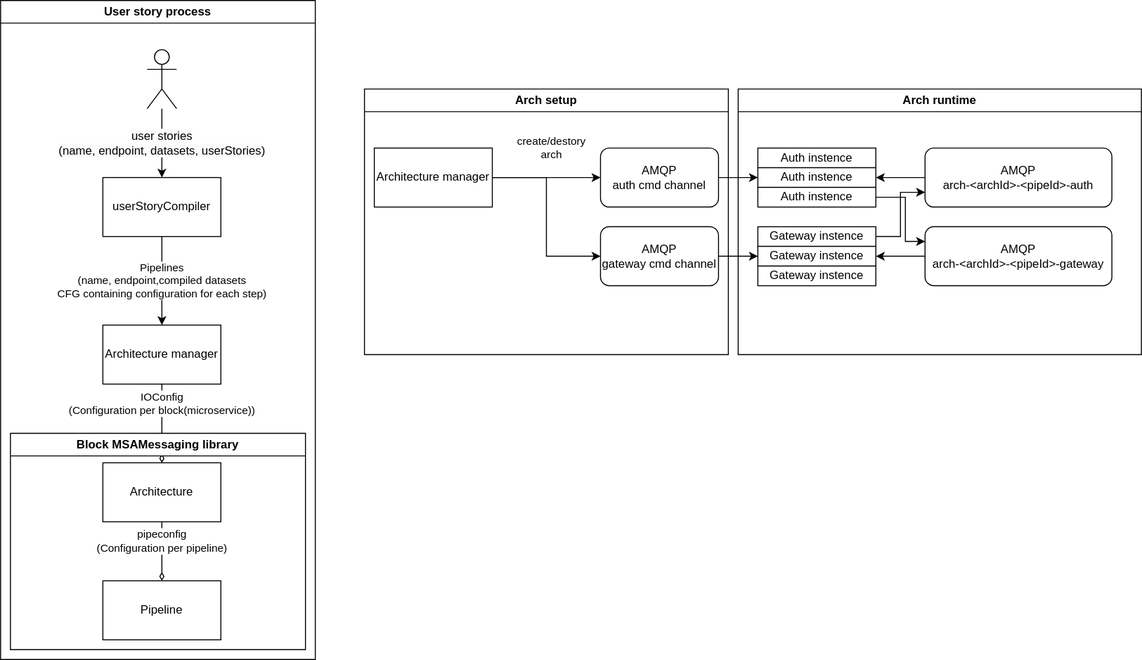
Before: architecture.drawio.svg, a diagram exported from draw.io (quinten1333/master-thesis). Source tidied: cells renumbered, new cells last; positions are measured from the earlier drawing's top-left corner, leaving out a move shared by most shapes. Source of this version:
```xml
<mxGraphModel>
  <root>
    <mxCell id="0" />
    <mxCell id="1" parent="0" />
    <mxCell id="2" value="User story process" style="swimlane;whiteSpace=wrap;html=1;" parent="1" vertex="1">
      <mxGeometry width="320" height="670" as="geometry" />
    </mxCell>
    <mxCell id="3" value="Architecture manager" style="rounded=0;whiteSpace=wrap;html=1;" parent="2" vertex="1">
      <mxGeometry x="104" y="330" width="120" height="60" as="geometry" />
    </mxCell>
    <mxCell id="4" value="Pipelines&lt;br&gt;(name, endpoint,compiled datasets&lt;br&gt;CFG containing configuration for each step)" style="edgeStyle=orthogonalEdgeStyle;rounded=0;jettySize=auto;html=1;exitX=0.5;exitY=1;exitDx=0;exitDy=0;" parent="2" edge="1" source="5" target="3">
      <mxGeometry relative="1" as="geometry" />
    </mxCell>
    <mxCell id="5" value="userStoryCompiler" style="rounded=0;whiteSpace=wrap;html=1;" parent="2" vertex="1">
      <mxGeometry x="104" y="180" width="120" height="60" as="geometry" />
    </mxCell>
    <mxCell id="6" value="Architecture" style="rounded=0;whiteSpace=wrap;html=1;" parent="2" vertex="1">
      <mxGeometry x="104" y="470" width="120" height="60" as="geometry" />
    </mxCell>
    <mxCell id="7" value="IOConfig&lt;br&gt;(Configuration per block(microservice))" style="edgeStyle=orthogonalEdgeStyle;rounded=0;jettySize=auto;html=1;exitX=0.5;exitY=1;exitDx=0;exitDy=0;endArrow=diamondThin;endFill=0;" parent="2" edge="1" source="3" target="6">
      <mxGeometry x="-0.5" relative="1" as="geometry" />
    </mxCell>
    <mxCell id="8" value="Pipeline" style="rounded=0;whiteSpace=wrap;html=1;" parent="2" vertex="1">
      <mxGeometry x="104" y="590" width="120" height="60" as="geometry" />
    </mxCell>
    <mxCell id="9" value="pipeconfig&lt;br&gt;(Configuration per pipeline)" style="edgeStyle=orthogonalEdgeStyle;rounded=0;jettySize=auto;html=1;exitX=0.5;exitY=1;exitDx=0;exitDy=0;endArrow=diamondThin;endFill=0;" parent="2" edge="1" source="6" target="8">
      <mxGeometry x="-0.33" relative="1" as="geometry" />
    </mxCell>
    <mxCell id="10" value="&lt;span style=&quot;color: rgb(0, 0, 0); font-family: Helvetica; font-size: 12px; font-style: normal; font-variant-ligatures: normal; font-variant-caps: normal; font-weight: 400; letter-spacing: normal; orphans: 2; text-align: center; text-indent: 0px; text-transform: none; widows: 2; word-spacing: 0px; -webkit-text-stroke-width: 0px; background-color: rgb(251, 251, 251); text-decoration-thickness: initial; text-decoration-style: initial; text-decoration-color: initial; float: none; display: inline !important;&quot;&gt;user stories&lt;br&gt;(name, endpoint, datasets, userStories)&lt;br&gt;&lt;/span&gt;" style="edgeStyle=orthogonalEdgeStyle;rounded=0;jettySize=auto;html=1;" parent="2" edge="1" source="11" target="5">
      <mxGeometry relative="1" as="geometry" />
    </mxCell>
    <mxCell id="11" style="shape=umlActor;verticalLabelPosition=bottom;verticalAlign=top;html=1;outlineConnect=0;" parent="2" vertex="1">
      <mxGeometry x="149" y="50" width="30" height="60" as="geometry" />
    </mxCell>
    <mxCell id="12" value="Block MSAMessaging library" style="swimlane;whiteSpace=wrap;html=1;" parent="2" vertex="1">
      <mxGeometry x="10" y="440" width="300" height="220" as="geometry" />
    </mxCell>
    <mxCell id="13" style="edgeStyle=orthogonalEdgeStyle;rounded=0;jettySize=auto;html=1;exitX=1;exitY=0.5;exitDx=0;exitDy=0;entryX=0;entryY=0.5;entryDx=0;entryDy=0;" parent="1" edge="1" source="17" target="23">
      <mxGeometry relative="1" as="geometry" />
    </mxCell>
    <mxCell id="14" style="edgeStyle=orthogonalEdgeStyle;rounded=0;jettySize=auto;html=1;exitX=1;exitY=0.5;exitDx=0;exitDy=0;entryX=0;entryY=0.5;entryDx=0;entryDy=0;" parent="1" edge="1" source="19" target="26">
      <mxGeometry relative="1" as="geometry" />
    </mxCell>
    <mxCell id="15" value="Arch setup" style="swimlane;whiteSpace=wrap;html=1;" parent="1" vertex="1">
      <mxGeometry x="370" y="90" width="370" height="270" as="geometry" />
    </mxCell>
    <mxCell id="16" value="Architecture manager" style="rounded=0;whiteSpace=wrap;html=1;" parent="15" vertex="1">
      <mxGeometry x="10" y="60" width="120" height="60" as="geometry" />
    </mxCell>
    <mxCell id="17" value="AMQP&lt;br&gt;auth cmd channel" style="rounded=1;whiteSpace=wrap;html=1;" parent="15" vertex="1">
      <mxGeometry x="240" y="60" width="120" height="60" as="geometry" />
    </mxCell>
    <mxCell id="18" value="create/destory&lt;br&gt;arch" style="edgeStyle=orthogonalEdgeStyle;rounded=0;jettySize=auto;html=1;exitX=1;exitY=0.5;exitDx=0;exitDy=0;" parent="15" edge="1" source="16" target="17">
      <mxGeometry x="0.09" y="30" relative="1" as="geometry" />
    </mxCell>
    <mxCell id="19" value="AMQP&lt;br&gt;gateway cmd channel" style="rounded=1;whiteSpace=wrap;html=1;" parent="15" vertex="1">
      <mxGeometry x="240" y="140" width="120" height="60" as="geometry" />
    </mxCell>
    <mxCell id="20" style="edgeStyle=orthogonalEdgeStyle;rounded=0;jettySize=auto;html=1;exitX=1;exitY=0.5;exitDx=0;exitDy=0;entryX=0;entryY=0.5;entryDx=0;entryDy=0;" parent="15" edge="1" source="16" target="19">
      <mxGeometry relative="1" as="geometry" />
    </mxCell>
    <mxCell id="21" value="Arch runtime" style="swimlane;whiteSpace=wrap;html=1;" parent="1" vertex="1">
      <mxGeometry x="750" y="90" width="410" height="270" as="geometry" />
    </mxCell>
    <mxCell id="22" value="Auth instence" style="rounded=0;whiteSpace=wrap;html=1;" parent="21" vertex="1">
      <mxGeometry x="20" y="60" width="120" height="20" as="geometry" />
    </mxCell>
    <mxCell id="23" value="Auth instence" style="rounded=0;whiteSpace=wrap;html=1;" parent="21" vertex="1">
      <mxGeometry x="20" y="80" width="120" height="20" as="geometry" />
    </mxCell>
    <mxCell id="24" value="Auth instence" style="rounded=0;whiteSpace=wrap;html=1;" parent="21" vertex="1">
      <mxGeometry x="20" y="100" width="120" height="20" as="geometry" />
    </mxCell>
    <mxCell id="25" value="Gateway instence" style="rounded=0;whiteSpace=wrap;html=1;" parent="21" vertex="1">
      <mxGeometry x="20" y="140" width="120" height="20" as="geometry" />
    </mxCell>
    <mxCell id="26" value="Gateway&amp;nbsp;instence" style="rounded=0;whiteSpace=wrap;html=1;" parent="21" vertex="1">
      <mxGeometry x="20" y="160" width="120" height="20" as="geometry" />
    </mxCell>
    <mxCell id="27" value="Gateway&amp;nbsp;instence" style="rounded=0;whiteSpace=wrap;html=1;" parent="21" vertex="1">
      <mxGeometry x="20" y="180" width="120" height="20" as="geometry" />
    </mxCell>
    <mxCell id="28" style="edgeStyle=orthogonalEdgeStyle;rounded=0;jettySize=auto;html=1;exitX=0;exitY=0.5;exitDx=0;exitDy=0;" parent="21" edge="1" source="29" target="26">
      <mxGeometry relative="1" as="geometry" />
    </mxCell>
    <mxCell id="29" value="AMQP&lt;br&gt;arch-&amp;lt;archId&amp;gt;-&amp;lt;pipeId&amp;gt;-gateway" style="rounded=1;whiteSpace=wrap;html=1;" parent="21" vertex="1">
      <mxGeometry x="190" y="140" width="190" height="60" as="geometry" />
    </mxCell>
    <mxCell id="30" style="edgeStyle=orthogonalEdgeStyle;rounded=0;jettySize=auto;html=1;exitX=1;exitY=0.5;exitDx=0;exitDy=0;entryX=0;entryY=0.25;entryDx=0;entryDy=0;" parent="21" edge="1" source="24" target="29">
      <mxGeometry relative="1" as="geometry">
        <Array as="points">
          <mxPoint x="170" y="110" />
          <mxPoint x="170" y="155" />
        </Array>
      </mxGeometry>
    </mxCell>
    <mxCell id="31" style="edgeStyle=orthogonalEdgeStyle;rounded=0;jettySize=auto;html=1;exitX=0;exitY=0.5;exitDx=0;exitDy=0;" parent="21" edge="1" source="32" target="23">
      <mxGeometry relative="1" as="geometry" />
    </mxCell>
    <mxCell id="32" value="AMQP&lt;br&gt;arch-&amp;lt;archId&amp;gt;-&amp;lt;pipeId&amp;gt;-auth" style="rounded=1;whiteSpace=wrap;html=1;" parent="21" vertex="1">
      <mxGeometry x="190" y="60" width="190" height="60" as="geometry" />
    </mxCell>
    <mxCell id="33" style="edgeStyle=orthogonalEdgeStyle;rounded=0;jettySize=auto;html=1;exitX=1;exitY=0.5;exitDx=0;exitDy=0;entryX=0;entryY=0.75;entryDx=0;entryDy=0;" parent="21" edge="1" source="25" target="32">
      <mxGeometry relative="1" as="geometry" />
    </mxCell>
  </root>
</mxGraphModel>
```
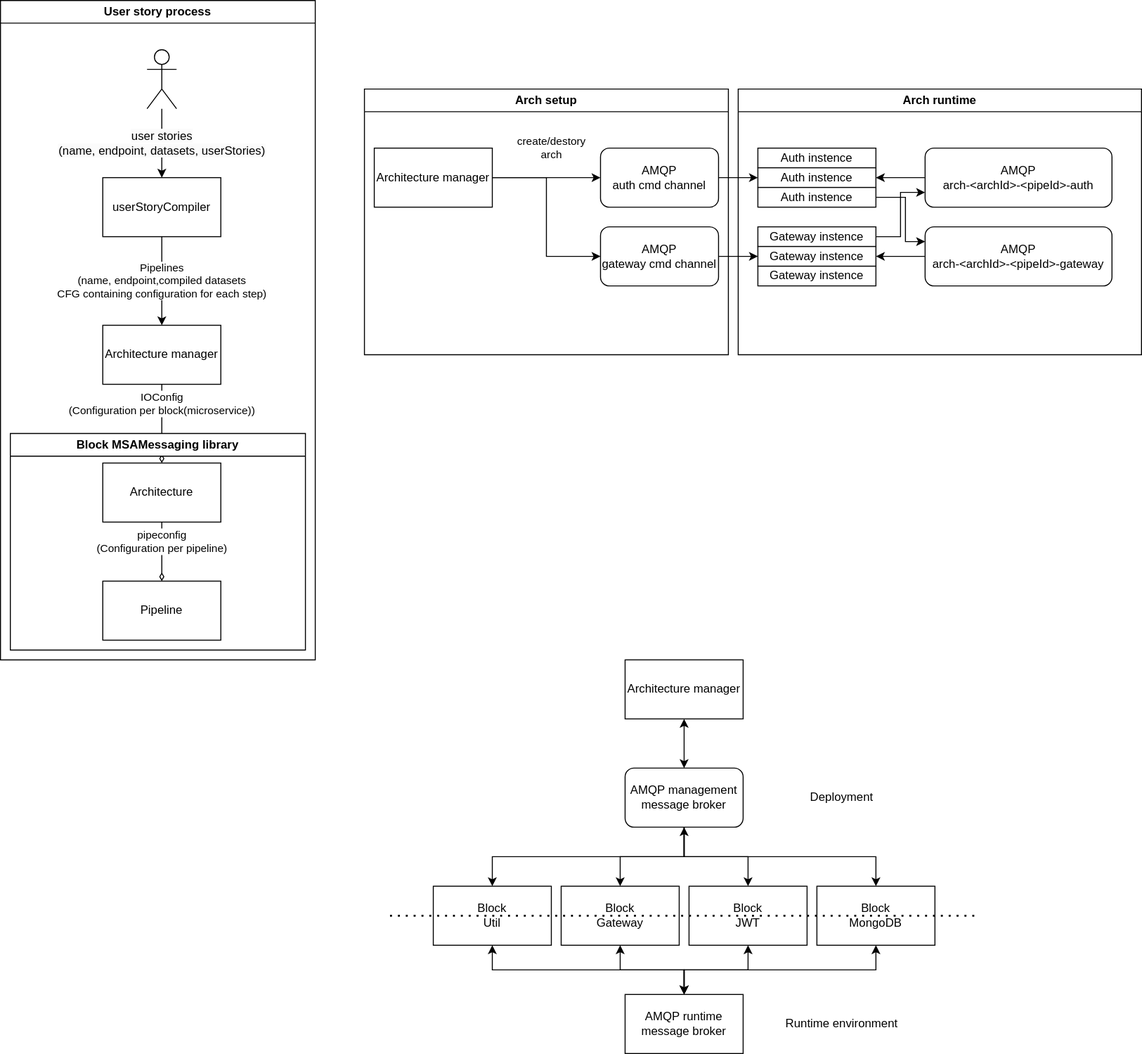
After the change.

Commit message:
Feat: Added MSA architecture to the  architecture drawing

What changed in the source:
```diff
@@ -103,5 +103,65 @@
     <mxCell id="33" style="edgeStyle=orthogonalEdgeStyle;rounded=0;jettySize=auto;html=1;exitX=1;exitY=0.5;exitDx=0;exitDy=0;entryX=0;entryY=0.75;entryDx=0;entryDy=0;" parent="21" edge="1" source="25" target="32">
       <mxGeometry relative="1" as="geometry" />
     </mxCell>
+    <mxCell id="34" style="edgeStyle=orthogonalEdgeStyle;rounded=0;jettySize=auto;html=1;exitX=0.5;exitY=1;exitDx=0;exitDy=0;startArrow=classic;startFill=1;" parent="1" edge="1" source="35" target="40">
+      <mxGeometry relative="1" as="geometry" />
+    </mxCell>
+    <mxCell id="35" value="Architecture manager" style="rounded=0;whiteSpace=wrap;html=1;" parent="1" vertex="1">
+      <mxGeometry x="635" y="670" width="120" height="60" as="geometry" />
+    </mxCell>
+    <mxCell id="36" style="edgeStyle=orthogonalEdgeStyle;rounded=0;jettySize=auto;html=1;exitX=0.5;exitY=1;exitDx=0;exitDy=0;" parent="1" edge="1" source="40" target="42">
+      <mxGeometry relative="1" as="geometry" />
+    </mxCell>
+    <mxCell id="37" style="edgeStyle=orthogonalEdgeStyle;rounded=0;jettySize=auto;html=1;exitX=0.5;exitY=1;exitDx=0;exitDy=0;" parent="1" edge="1" source="40" target="44">
+      <mxGeometry relative="1" as="geometry" />
+    </mxCell>
+    <mxCell id="38" style="edgeStyle=orthogonalEdgeStyle;rounded=0;jettySize=auto;html=1;exitX=0.5;exitY=1;exitDx=0;exitDy=0;" parent="1" edge="1" source="40" target="46">
+      <mxGeometry relative="1" as="geometry" />
+    </mxCell>
+    <mxCell id="39" style="edgeStyle=orthogonalEdgeStyle;rounded=0;jettySize=auto;html=1;exitX=0.5;exitY=1;exitDx=0;exitDy=0;startArrow=classic;startFill=1;" parent="1" edge="1" source="40" target="48">
+      <mxGeometry relative="1" as="geometry" />
+    </mxCell>
+    <mxCell id="40" value="AMQP management&lt;br&gt;message broker" style="rounded=1;whiteSpace=wrap;html=1;" parent="1" vertex="1">
+      <mxGeometry x="635" y="780" width="120" height="60" as="geometry" />
+    </mxCell>
+    <mxCell id="41" style="edgeStyle=orthogonalEdgeStyle;rounded=0;jettySize=auto;html=1;exitX=0.5;exitY=1;exitDx=0;exitDy=0;startArrow=classic;startFill=1;" parent="1" edge="1" source="42" target="49">
+      <mxGeometry relative="1" as="geometry" />
+    </mxCell>
+    <mxCell id="42" value="Block&lt;br&gt;Util" style="rounded=0;whiteSpace=wrap;html=1;" parent="1" vertex="1">
+      <mxGeometry x="440" y="900" width="120" height="60" as="geometry" />
+    </mxCell>
+    <mxCell id="43" style="edgeStyle=orthogonalEdgeStyle;rounded=0;jettySize=auto;html=1;exitX=0.5;exitY=1;exitDx=0;exitDy=0;startArrow=classic;startFill=1;" parent="1" edge="1" source="44" target="49">
+      <mxGeometry relative="1" as="geometry" />
+    </mxCell>
+    <mxCell id="44" value="Block&lt;br&gt;Gateway" style="rounded=0;whiteSpace=wrap;html=1;" parent="1" vertex="1">
+      <mxGeometry x="570" y="900" width="120" height="60" as="geometry" />
+    </mxCell>
+    <mxCell id="45" style="edgeStyle=orthogonalEdgeStyle;rounded=0;jettySize=auto;html=1;exitX=0.5;exitY=1;exitDx=0;exitDy=0;startArrow=classic;startFill=1;" parent="1" edge="1" source="46" target="49">
+      <mxGeometry relative="1" as="geometry" />
+    </mxCell>
+    <mxCell id="46" value="Block&lt;br&gt;JWT" style="rounded=0;whiteSpace=wrap;html=1;" parent="1" vertex="1">
+      <mxGeometry x="700" y="900" width="120" height="60" as="geometry" />
+    </mxCell>
+    <mxCell id="47" style="edgeStyle=orthogonalEdgeStyle;rounded=0;jettySize=auto;html=1;exitX=0.5;exitY=1;exitDx=0;exitDy=0;startArrow=classic;startFill=1;" parent="1" edge="1" source="48" target="49">
+      <mxGeometry relative="1" as="geometry" />
+    </mxCell>
+    <mxCell id="48" value="Block&lt;br&gt;MongoDB" style="rounded=0;whiteSpace=wrap;html=1;" parent="1" vertex="1">
+      <mxGeometry x="830" y="900" width="120" height="60" as="geometry" />
+    </mxCell>
+    <mxCell id="49" value="AMQP runtime&lt;br&gt;message broker" style="rounded=0;whiteSpace=wrap;html=1;" parent="1" vertex="1">
+      <mxGeometry x="635" y="1010" width="120" height="60" as="geometry" />
+    </mxCell>
+    <mxCell id="50" style="endArrow=none;dashed=1;html=1;dashPattern=1 3;strokeWidth=2;rounded=0;" parent="1" edge="1">
+      <mxGeometry relative="1" as="geometry">
+        <mxPoint x="990" y="930" as="sourcePoint" />
+        <mxPoint x="390" y="930" as="targetPoint" />
+      </mxGeometry>
+    </mxCell>
+    <mxCell id="51" value="Deployment" style="text;html=1;align=center;verticalAlign=middle;strokeColor=none;fillColor=none;" parent="1" vertex="1">
+      <mxGeometry x="810" y="795" width="90" height="30" as="geometry" />
+    </mxCell>
+    <mxCell id="52" value="Runtime environment" style="text;html=1;align=center;verticalAlign=middle;strokeColor=none;fillColor=none;" parent="1" vertex="1">
+      <mxGeometry x="785" y="1025" width="140" height="30" as="geometry" />
+    </mxCell>
   </root>
 </mxGraphModel>
```
